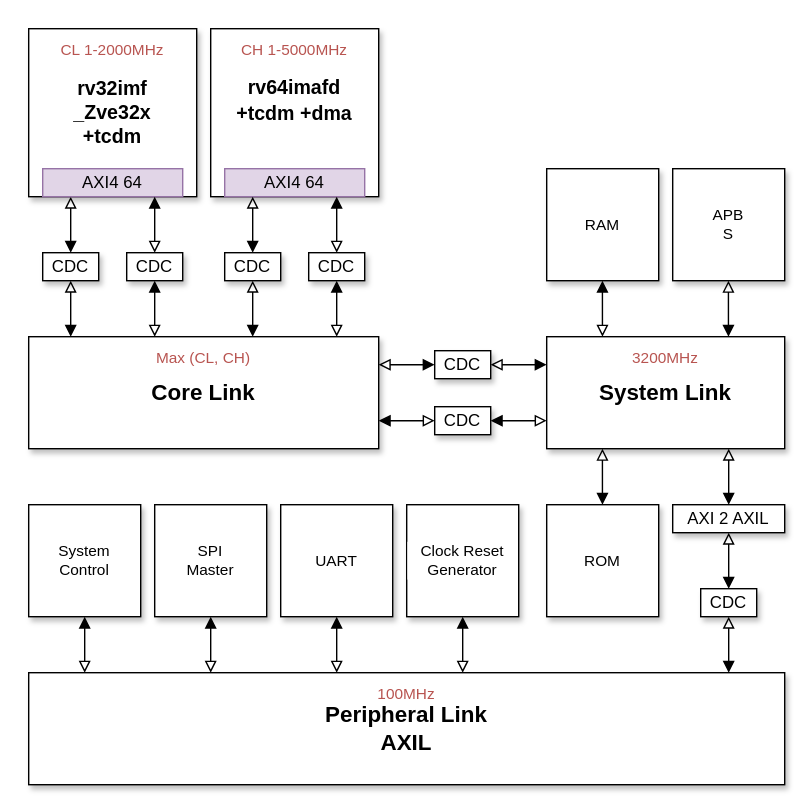
This is document/svg/detailed.svg from TecknozBD/Hyper-Titan, a draw.io export, as it was before one commit. Source tidied: cells renumbered, new cells last; positions are measured from the earlier drawing's top-left corner, leaving out a move shared by most shapes.
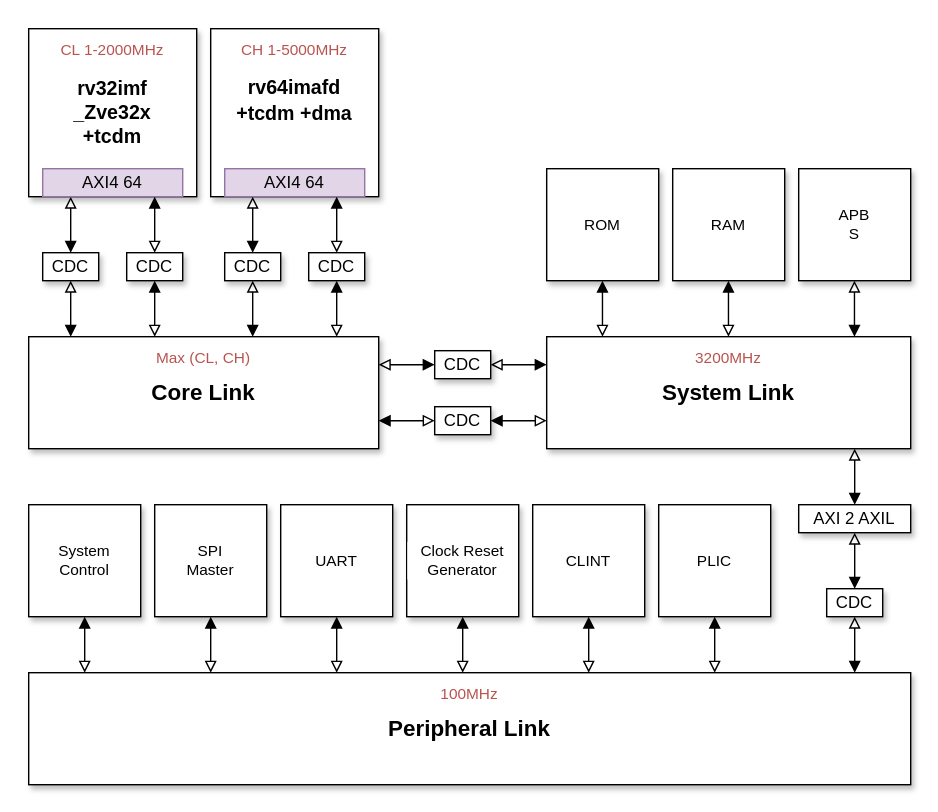
Later version of the same file.

Commit message:
Implement feature X to enhance user experience and optimize performance

The edit, as a diff of the source:
```diff
@@ -3,7 +3,7 @@
     <mxCell id="0" />
     <mxCell id="1" value="Main" parent="0" />
     <mxCell id="2" style="rounded=0;whiteSpace=wrap;html=1;fontFamily=Helvetica;fontSize=11;fontColor=default;labelBackgroundColor=default;strokeColor=none;" parent="1" vertex="1">
-      <mxGeometry width="580" height="580" as="geometry" />
+      <mxGeometry width="670" height="580" as="geometry" />
     </mxCell>
     <mxCell id="3" value="&lt;div&gt;&lt;font style=&quot;font-size: 14px;&quot;&gt;rv32imf&lt;/font&gt;&lt;/div&gt;&lt;div&gt;&lt;font style=&quot;font-size: 14px;&quot;&gt;_Zve32x&lt;/font&gt;&lt;/div&gt;&lt;div&gt;&lt;font style=&quot;font-size: 14px;&quot;&gt;+tcdm&lt;/font&gt;&lt;/div&gt;" style="rounded=0;whiteSpace=wrap;html=1;fontStyle=1;fontSize=13;shadow=1;" parent="1" vertex="1">
       <mxGeometry x="20" y="20" width="120" height="120" as="geometry" />
@@ -27,7 +27,7 @@
       <mxGeometry relative="1" as="geometry" />
     </mxCell>
     <mxCell id="10" value="System Link" style="rounded=0;whiteSpace=wrap;html=1;fontFamily=Helvetica;fontSize=16;fontColor=default;labelBackgroundColor=default;fontStyle=1;shadow=1;" parent="1" vertex="1">
-      <mxGeometry x="390" y="240" width="170" height="80" as="geometry" />
+      <mxGeometry x="390" y="240" width="260" height="80" as="geometry" />
     </mxCell>
     <mxCell id="11" style="edgeStyle=orthogonalEdgeStyle;rounded=0;orthogonalLoop=1;jettySize=auto;html=1;endArrow=block;endFill=0;startArrow=block;startFill=1;" parent="1" edge="1">
       <mxGeometry relative="1" as="geometry">
@@ -42,54 +42,54 @@
       </mxGeometry>
     </mxCell>
     <mxCell id="13" value="RAM" style="rounded=0;whiteSpace=wrap;html=1;fontFamily=Helvetica;fontSize=11;fontColor=default;labelBackgroundColor=default;shadow=1;" parent="1" vertex="1">
-      <mxGeometry x="390" y="120" width="80" height="80" as="geometry" />
+      <mxGeometry x="480" y="120" width="80" height="80" as="geometry" />
     </mxCell>
     <mxCell id="14" style="edgeStyle=orthogonalEdgeStyle;rounded=0;orthogonalLoop=1;jettySize=auto;html=1;endArrow=block;endFill=0;startArrow=block;startFill=1;" parent="1" edge="1">
       <mxGeometry relative="1" as="geometry">
-        <mxPoint x="429.8" y="200" as="sourcePoint" />
-        <mxPoint x="429.8" y="240" as="targetPoint" />
+        <mxPoint x="519.8" y="200" as="sourcePoint" />
+        <mxPoint x="519.8" y="240" as="targetPoint" />
         <Array as="points">
-          <mxPoint x="429.8" y="210" />
-          <mxPoint x="429.8" y="210" />
+          <mxPoint x="519.8" y="210" />
+          <mxPoint x="519.8" y="210" />
         </Array>
       </mxGeometry>
     </mxCell>
     <mxCell id="15" value="ROM" style="rounded=0;whiteSpace=wrap;html=1;fontFamily=Helvetica;fontSize=11;fontColor=default;labelBackgroundColor=default;shadow=1;" parent="1" vertex="1">
-      <mxGeometry x="390" y="360" width="80" height="80" as="geometry" />
+      <mxGeometry x="390" y="120" width="80" height="80" as="geometry" />
     </mxCell>
     <mxCell id="16" style="edgeStyle=orthogonalEdgeStyle;rounded=0;orthogonalLoop=1;jettySize=auto;html=1;endArrow=block;endFill=0;startArrow=block;startFill=1;" parent="1" edge="1">
       <mxGeometry relative="1" as="geometry">
-        <mxPoint x="429.8" y="360" as="sourcePoint" />
-        <mxPoint x="429.8" y="320" as="targetPoint" />
+        <mxPoint x="429.8" y="200" as="sourcePoint" />
+        <mxPoint x="429.8" y="240" as="targetPoint" />
         <Array as="points">
-          <mxPoint x="429.8" y="330" />
-          <mxPoint x="429.8" y="330" />
+          <mxPoint x="429.8" y="210" />
+          <mxPoint x="429.8" y="210" />
         </Array>
       </mxGeometry>
     </mxCell>
-    <mxCell id="17" value="Peripheral Link&lt;div&gt;AXIL&lt;/div&gt;" style="rounded=0;whiteSpace=wrap;html=1;fontFamily=Helvetica;fontSize=16;fontColor=default;labelBackgroundColor=default;fontStyle=1;shadow=1;" parent="1" vertex="1">
-      <mxGeometry x="20" y="480" width="540" height="80" as="geometry" />
+    <mxCell id="17" value="Peripheral Link" style="rounded=0;whiteSpace=wrap;html=1;fontFamily=Helvetica;fontSize=16;fontColor=default;labelBackgroundColor=default;fontStyle=1;shadow=1;" parent="1" vertex="1">
+      <mxGeometry x="20" y="480" width="630" height="80" as="geometry" />
     </mxCell>
     <mxCell id="18" style="edgeStyle=orthogonalEdgeStyle;rounded=0;orthogonalLoop=1;jettySize=auto;html=1;endArrow=block;endFill=0;startArrow=block;startFill=1;" parent="1" edge="1">
       <mxGeometry relative="1" as="geometry">
-        <mxPoint x="520" y="360" as="sourcePoint" />
-        <mxPoint x="520" y="320" as="targetPoint" />
+        <mxPoint x="610" y="360" as="sourcePoint" />
+        <mxPoint x="610" y="320" as="targetPoint" />
         <Array as="points">
-          <mxPoint x="520" y="330" />
-          <mxPoint x="520" y="330" />
+          <mxPoint x="610" y="330" />
+          <mxPoint x="610" y="330" />
         </Array>
       </mxGeometry>
     </mxCell>
     <mxCell id="19" value="APB&lt;div&gt;S&lt;/div&gt;" style="rounded=0;whiteSpace=wrap;html=1;fontFamily=Helvetica;fontSize=11;fontColor=default;labelBackgroundColor=default;shadow=1;" parent="1" vertex="1">
-      <mxGeometry x="480" y="120" width="80" height="80" as="geometry" />
+      <mxGeometry x="570" y="120" width="80" height="80" as="geometry" />
     </mxCell>
     <mxCell id="20" style="edgeStyle=orthogonalEdgeStyle;rounded=0;orthogonalLoop=1;jettySize=auto;html=1;endArrow=block;endFill=0;startArrow=block;startFill=1;" parent="1" edge="1">
       <mxGeometry relative="1" as="geometry">
-        <mxPoint x="519.8" y="240" as="sourcePoint" />
-        <mxPoint x="519.8" y="200" as="targetPoint" />
+        <mxPoint x="609.8" y="240" as="sourcePoint" />
+        <mxPoint x="609.8" y="200" as="targetPoint" />
         <Array as="points">
-          <mxPoint x="519.8" y="210" />
-          <mxPoint x="519.8" y="210" />
+          <mxPoint x="609.8" y="210" />
+          <mxPoint x="609.8" y="210" />
         </Array>
       </mxGeometry>
     </mxCell>
@@ -133,24 +133,24 @@
       </mxGeometry>
     </mxCell>
     <mxCell id="27" value="CDC" style="rounded=0;whiteSpace=wrap;html=1;shadow=1;" parent="1" vertex="1">
-      <mxGeometry x="500" y="420" width="40" height="20" as="geometry" />
+      <mxGeometry x="590" y="420" width="40" height="20" as="geometry" />
     </mxCell>
     <mxCell id="28" style="edgeStyle=orthogonalEdgeStyle;rounded=0;orthogonalLoop=1;jettySize=auto;html=1;endArrow=block;endFill=0;startArrow=block;startFill=1;" parent="1" edge="1">
       <mxGeometry relative="1" as="geometry">
-        <mxPoint x="520" y="420" as="sourcePoint" />
-        <mxPoint x="520" y="380" as="targetPoint" />
+        <mxPoint x="610" y="420" as="sourcePoint" />
+        <mxPoint x="610" y="380" as="targetPoint" />
       </mxGeometry>
     </mxCell>
     <mxCell id="29" value="AXI 2 AXIL" style="rounded=0;whiteSpace=wrap;html=1;shadow=1;" parent="1" vertex="1">
-      <mxGeometry x="480" y="360" width="80" height="20" as="geometry" />
+      <mxGeometry x="570" y="360" width="80" height="20" as="geometry" />
     </mxCell>
     <mxCell id="30" style="edgeStyle=orthogonalEdgeStyle;rounded=0;orthogonalLoop=1;jettySize=auto;html=1;endArrow=block;endFill=0;startArrow=block;startFill=1;" parent="1" edge="1">
       <mxGeometry relative="1" as="geometry">
-        <mxPoint x="520" y="480" as="sourcePoint" />
-        <mxPoint x="520" y="440" as="targetPoint" />
+        <mxPoint x="610" y="480" as="sourcePoint" />
+        <mxPoint x="610" y="440" as="targetPoint" />
         <Array as="points">
-          <mxPoint x="520" y="450" />
-          <mxPoint x="520" y="450" />
+          <mxPoint x="610" y="450" />
+          <mxPoint x="610" y="450" />
         </Array>
       </mxGeometry>
     </mxCell>
@@ -227,6 +227,32 @@
         <mxPoint x="240" y="180" as="targetPoint" />
       </mxGeometry>
     </mxCell>
+    <mxCell id="53" value="CLINT" style="rounded=0;whiteSpace=wrap;html=1;fontFamily=Helvetica;fontSize=11;fontColor=default;labelBackgroundColor=default;shadow=1;" parent="1" vertex="1">
+      <mxGeometry x="380" y="360" width="80" height="80" as="geometry" />
+    </mxCell>
+    <mxCell id="54" style="edgeStyle=orthogonalEdgeStyle;rounded=0;orthogonalLoop=1;jettySize=auto;html=1;endArrow=block;endFill=0;startArrow=block;startFill=1;" parent="1" edge="1">
+      <mxGeometry relative="1" as="geometry">
+        <mxPoint x="420" y="440" as="sourcePoint" />
+        <mxPoint x="420" y="480" as="targetPoint" />
+        <Array as="points">
+          <mxPoint x="420" y="450" />
+          <mxPoint x="420" y="450" />
+        </Array>
+      </mxGeometry>
+    </mxCell>
+    <mxCell id="55" value="PLIC" style="rounded=0;whiteSpace=wrap;html=1;fontFamily=Helvetica;fontSize=11;fontColor=default;labelBackgroundColor=default;shadow=1;" parent="1" vertex="1">
+      <mxGeometry x="470" y="360" width="80" height="80" as="geometry" />
+    </mxCell>
+    <mxCell id="56" style="edgeStyle=orthogonalEdgeStyle;rounded=0;orthogonalLoop=1;jettySize=auto;html=1;endArrow=block;endFill=0;startArrow=block;startFill=1;" parent="1" edge="1">
+      <mxGeometry relative="1" as="geometry">
+        <mxPoint x="510" y="440" as="sourcePoint" />
+        <mxPoint x="510" y="480" as="targetPoint" />
+        <Array as="points">
+          <mxPoint x="510" y="450" />
+          <mxPoint x="510" y="450" />
+        </Array>
+      </mxGeometry>
+    </mxCell>
     <mxCell id="47" value="CLK RST" parent="0" />
     <mxCell id="48" value="CL 1-2000MHz" style="text;html=1;whiteSpace=wrap;strokeColor=none;fillColor=none;align=center;verticalAlign=middle;rounded=0;fontFamily=Helvetica;fontSize=11;labelBackgroundColor=default;fontColor=#B85450;" parent="47" vertex="1">
       <mxGeometry x="20" y="20" width="120" height="30" as="geometry" />
@@ -235,10 +261,10 @@
       <mxGeometry x="150" y="20" width="120" height="30" as="geometry" />
     </mxCell>
     <mxCell id="50" value="3200MHz" style="text;html=1;whiteSpace=wrap;strokeColor=none;fillColor=none;align=center;verticalAlign=middle;rounded=0;fontFamily=Helvetica;fontSize=11;labelBackgroundColor=default;fontColor=#B85450;" parent="47" vertex="1">
-      <mxGeometry x="390" y="240" width="170" height="30" as="geometry" />
+      <mxGeometry x="390" y="240" width="260" height="30" as="geometry" />
     </mxCell>
     <mxCell id="51" value="100MHz" style="text;html=1;whiteSpace=wrap;strokeColor=none;fillColor=none;align=center;verticalAlign=middle;rounded=0;fontFamily=Helvetica;fontSize=11;labelBackgroundColor=default;fontColor=#B85450;" parent="47" vertex="1">
-      <mxGeometry x="20" y="480" width="540" height="30" as="geometry" />
+      <mxGeometry x="20" y="480" width="630" height="30" as="geometry" />
     </mxCell>
     <mxCell id="52" value="Max (CL, CH)" style="text;html=1;whiteSpace=wrap;strokeColor=none;fillColor=none;align=center;verticalAlign=middle;rounded=0;fontFamily=Helvetica;fontSize=11;labelBackgroundColor=default;fontColor=#B85450;" parent="47" vertex="1">
       <mxGeometry x="20" y="240" width="250" height="30" as="geometry" />
```
